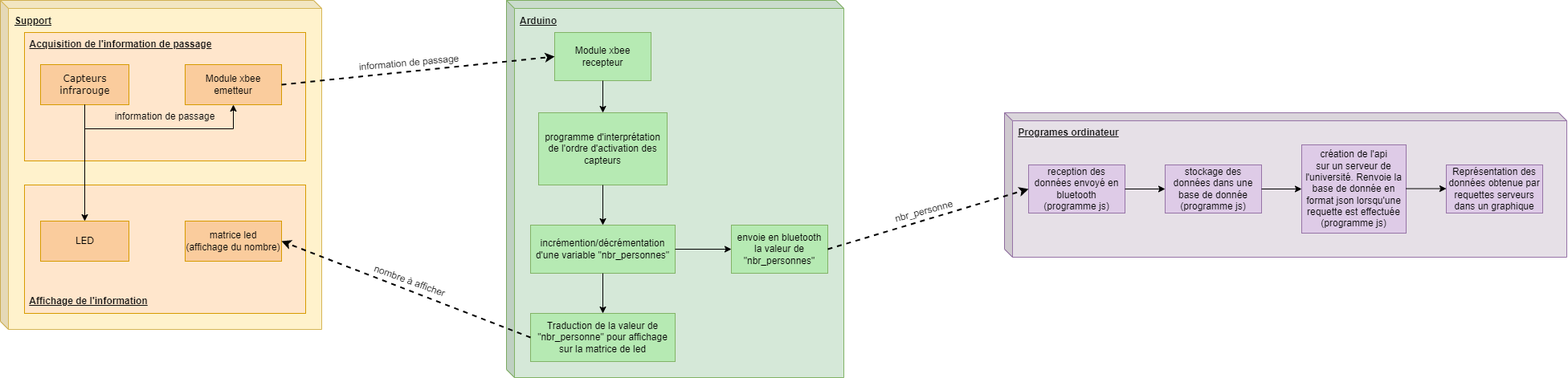
This is compte personnes.drawio.png from QuentinGrnr/compte_personne, a draw.io export, as it was before one commit. Source tidied: cells renumbered, new cells last; positions are measured from the earlier drawing's top-left corner, leaving out a move shared by most shapes.
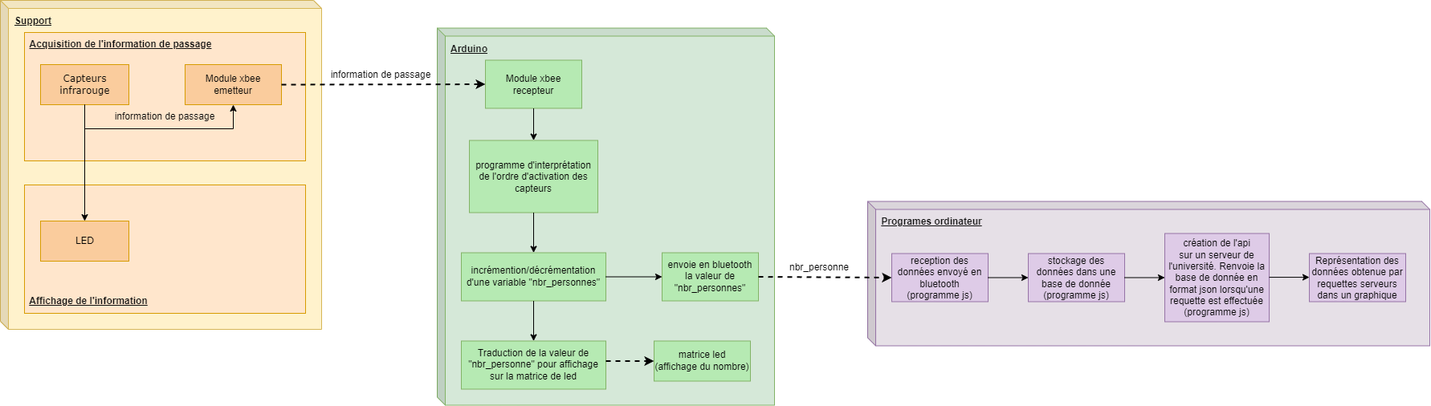
The same diagram one commit later.

The edit, as a diff of the source:
```diff
@@ -3,10 +3,10 @@
     <mxCell id="0" />
     <mxCell id="1" parent="0" />
     <mxCell id="2" style="shape=cube;whiteSpace=wrap;html=1;boundedLbl=1;backgroundOutline=1;darkOpacity=0.05;darkOpacity2=0.1;size=10;fillColor=#E6E0E7;strokeColor=#9673a6;" parent="1" vertex="1">
-      <mxGeometry x="1250" y="140" width="700" height="180" as="geometry" />
+      <mxGeometry x="1080" y="250.5" width="700" height="180" as="geometry" />
     </mxCell>
     <mxCell id="3" style="shape=cube;whiteSpace=wrap;html=1;boundedLbl=1;backgroundOutline=1;darkOpacity=0.05;darkOpacity2=0.1;size=10;fillColor=#D5E8D8;strokeColor=#82b366;" parent="1" vertex="1">
-      <mxGeometry x="630" width="420" height="470" as="geometry" />
+      <mxGeometry x="544" y="34.5" width="420" height="470" as="geometry" />
     </mxCell>
     <mxCell id="4" style="shape=cube;whiteSpace=wrap;html=1;boundedLbl=1;backgroundOutline=1;darkOpacity=0.05;darkOpacity2=0.1;size=10;fillColor=#fff2cc;strokeColor=#d6b656;" parent="1" vertex="1">
       <mxGeometry width="400" height="410" as="geometry" />
@@ -40,8 +40,8 @@
     <mxCell id="12" value="LED" style="html=1;rounded=0;shadow=0;comic=0;labelBackgroundColor=none;strokeWidth=1;fontFamily=Verdana;fontSize=12;align=center;fillColor=#facc9d;strokeColor=#d79b00;" parent="1" vertex="1">
       <mxGeometry x="50" y="275" width="110" height="50" as="geometry" />
     </mxCell>
-    <mxCell id="13" value="matrice led&lt;br&gt;(affichage du nombre)" style="rounded=0;whiteSpace=wrap;html=1;fillColor=#FACC9D;strokeColor=#d79b00;" parent="1" vertex="1">
-      <mxGeometry x="230" y="275" width="120" height="50" as="geometry" />
+    <mxCell id="13" value="matrice led&lt;br&gt;(affichage du nombre)" style="rounded=0;whiteSpace=wrap;html=1;fillColor=#b6eab3;strokeColor=#82b366;" parent="1" vertex="1">
+      <mxGeometry x="814" y="424.5" width="120" height="50" as="geometry" />
     </mxCell>
     <mxCell id="14" value="&lt;font color=&quot;#0f0f0f&quot;&gt;&lt;u&gt;&lt;b&gt;Affichage de l'information&lt;/b&gt;&lt;/u&gt;&lt;/font&gt;" style="text;strokeColor=none;align=center;fillColor=none;html=1;verticalAlign=middle;whiteSpace=wrap;rounded=0;" parent="1" vertex="1">
       <mxGeometry x="35" y="360" width="150" height="30" as="geometry" />
@@ -50,25 +50,25 @@
       <mxGeometry relative="1" as="geometry" />
     </mxCell>
     <mxCell id="16" value="programme d'interprétation&lt;br&gt;de l'ordre d'activation des capteurs" style="rounded=0;whiteSpace=wrap;html=1;fillColor=#B6EAB3;strokeColor=#82b366;" parent="1" vertex="1">
-      <mxGeometry x="670" y="140" width="160" height="90" as="geometry" />
+      <mxGeometry x="584" y="174.5" width="160" height="90" as="geometry" />
     </mxCell>
     <mxCell id="17" value="Module xbee&lt;br&gt;recepteur" style="rounded=0;whiteSpace=wrap;html=1;fillColor=#B6EAB3;strokeColor=#82b366;" parent="1" vertex="1">
-      <mxGeometry x="690" y="40" width="120" height="60" as="geometry" />
+      <mxGeometry x="604" y="74.5" width="120" height="60" as="geometry" />
     </mxCell>
     <mxCell id="18" value="incrémention/décrémentation&lt;br&gt;d'une variable &quot;nbr_personnes&quot;" style="rounded=0;whiteSpace=wrap;html=1;fillColor=#B6EAB3;strokeColor=#82b366;" parent="1" vertex="1">
-      <mxGeometry x="660" y="280" width="180" height="60" as="geometry" />
+      <mxGeometry x="574" y="314.5" width="180" height="60" as="geometry" />
     </mxCell>
     <mxCell id="19" value="Traduction de la valeur de &quot;nbr_personne&quot; pour affichage sur la matrice de led" style="rounded=0;whiteSpace=wrap;html=1;fillColor=#B6EAB3;strokeColor=#82b366;" parent="1" vertex="1">
-      <mxGeometry x="660" y="390" width="180" height="60" as="geometry" />
+      <mxGeometry x="574" y="424.5" width="180" height="60" as="geometry" />
     </mxCell>
     <mxCell id="20" value="envoie en bluetooth&lt;br&gt;la valeur de &quot;nbr_personnes&quot;" style="rounded=0;whiteSpace=wrap;html=1;fillColor=#B6EAB3;strokeColor=#82b366;" parent="1" vertex="1">
-      <mxGeometry x="910" y="280" width="120" height="60" as="geometry" />
+      <mxGeometry x="824" y="314.5" width="120" height="60" as="geometry" />
     </mxCell>
     <mxCell id="21" style="endArrow=classic;html=1;rounded=0;exitX=1;exitY=0.5;exitDx=0;exitDy=0;entryX=0;entryY=0.5;entryDx=0;entryDy=0;dashed=1;strokeWidth=2;" parent="1" edge="1" source="7" target="17">
       <mxGeometry relative="1" as="geometry" />
     </mxCell>
-    <mxCell id="22" value="information de passage" style="text;strokeColor=none;align=center;fillColor=none;html=1;verticalAlign=middle;whiteSpace=wrap;rounded=0;rotation=-5;" parent="1" vertex="1">
-      <mxGeometry x="439" y="65.5" width="140" height="25" as="geometry" />
+    <mxCell id="22" value="information de passage" style="text;strokeColor=none;align=center;fillColor=none;html=1;verticalAlign=middle;whiteSpace=wrap;rounded=0;rotation=0;" parent="1" vertex="1">
+      <mxGeometry x="404" y="80" width="140" height="25" as="geometry" />
     </mxCell>
     <mxCell id="23" style="endArrow=classic;html=1;rounded=0;exitX=0.5;exitY=1;exitDx=0;exitDy=0;" parent="1" edge="1" source="17" target="16">
       <mxGeometry relative="1" as="geometry" />
@@ -86,27 +86,24 @@
       <mxGeometry x="11" y="11" width="60" height="30" as="geometry" />
     </mxCell>
     <mxCell id="28" value="&lt;font color=&quot;#0f0f0f&quot;&gt;&lt;b&gt;&lt;u&gt;Arduino&lt;/u&gt;&lt;/b&gt;&lt;/font&gt;" style="text;strokeColor=none;align=center;fillColor=none;html=1;verticalAlign=middle;whiteSpace=wrap;rounded=0;" parent="1" vertex="1">
-      <mxGeometry x="640" y="11" width="60" height="30" as="geometry" />
+      <mxGeometry x="554" y="45.5" width="60" height="30" as="geometry" />
     </mxCell>
-    <mxCell id="29" style="endArrow=classic;html=1;rounded=0;exitX=0;exitY=0.5;exitDx=0;exitDy=0;dashed=1;strokeWidth=2;" parent="1" edge="1" source="19">
+    <mxCell id="29" style="endArrow=classic;html=1;rounded=0;dashed=1;strokeWidth=2;entryX=0;entryY=0.5;entryDx=0;entryDy=0;" parent="1" edge="1" target="13">
       <mxGeometry relative="1" as="geometry">
-        <mxPoint x="350" y="300" as="targetPoint" />
+        <mxPoint x="754" y="449.5" as="sourcePoint" />
       </mxGeometry>
     </mxCell>
-    <mxCell id="30" value="nombre à&amp;nbsp;afficher" style="text;strokeColor=none;align=center;fillColor=none;html=1;verticalAlign=middle;whiteSpace=wrap;rounded=0;rotation=20;" parent="1" vertex="1">
-      <mxGeometry x="440" y="337" width="140" height="25" as="geometry" />
-    </mxCell>
     <mxCell id="31" value="reception des données envoyé en&lt;br&gt;bluetooth&lt;br&gt;(programme js)" style="rounded=0;whiteSpace=wrap;html=1;fillColor=#DECBE7;strokeColor=#9673a6;" parent="1" vertex="1">
-      <mxGeometry x="1280" y="205" width="120" height="60" as="geometry" />
+      <mxGeometry x="1110" y="315.5" width="120" height="60" as="geometry" />
     </mxCell>
     <mxCell id="32" value="stockage des données dans une base de donnée&lt;br&gt;(programme js)" style="rounded=0;whiteSpace=wrap;html=1;fillColor=#DECBE7;strokeColor=#9673a6;" parent="1" vertex="1">
-      <mxGeometry x="1450" y="205" width="120" height="60" as="geometry" />
+      <mxGeometry x="1280" y="315.5" width="120" height="60" as="geometry" />
     </mxCell>
     <mxCell id="33" value="création de l'api&lt;br&gt;sur un serveur de&lt;br&gt;l'université. Renvoie la base de donnée en format json lorsqu'une requette est effectuée&lt;br&gt;(programme js)" style="rounded=0;whiteSpace=wrap;html=1;fillColor=#DECBE7;strokeColor=#9673a6;" parent="1" vertex="1">
-      <mxGeometry x="1620" y="180" width="130" height="110" as="geometry" />
+      <mxGeometry x="1450" y="290.5" width="130" height="110" as="geometry" />
     </mxCell>
     <mxCell id="34" value="Représentation des données obtenue par requettes serveurs dans un graphique" style="rounded=0;whiteSpace=wrap;html=1;fillColor=#DECBE7;strokeColor=#9673a6;" parent="1" vertex="1">
-      <mxGeometry x="1800" y="205" width="120" height="60" as="geometry" />
+      <mxGeometry x="1630" y="315.5" width="120" height="60" as="geometry" />
     </mxCell>
     <mxCell id="35" style="endArrow=classic;html=1;rounded=0;exitX=1;exitY=0.5;exitDx=0;exitDy=0;" parent="1" edge="1" source="31" target="32">
       <mxGeometry relative="1" as="geometry" />
@@ -116,20 +113,18 @@
     </mxCell>
     <mxCell id="37" style="endArrow=classic;html=1;rounded=0;exitX=1;exitY=0.5;exitDx=0;exitDy=0;" parent="1" edge="1">
       <mxGeometry relative="1" as="geometry">
-        <mxPoint x="1750" y="234.6" as="sourcePoint" />
-        <mxPoint x="1800" y="234.6" as="targetPoint" />
+        <mxPoint x="1580" y="345.1" as="sourcePoint" />
+        <mxPoint x="1630" y="345.1" as="targetPoint" />
       </mxGeometry>
     </mxCell>
-    <mxCell id="38" style="endArrow=classic;html=1;rounded=0;exitX=1;exitY=0.5;exitDx=0;exitDy=0;entryX=0;entryY=0.5;entryDx=0;entryDy=0;dashed=1;strokeWidth=2;" parent="1" edge="1" target="31">
-      <mxGeometry relative="1" as="geometry">
-        <mxPoint x="1030" y="310" as="sourcePoint" />
-      </mxGeometry>
+    <mxCell id="38" style="endArrow=classic;html=1;rounded=0;exitX=1;exitY=0.5;exitDx=0;exitDy=0;entryX=0;entryY=0.5;entryDx=0;entryDy=0;dashed=1;strokeWidth=2;" parent="1" edge="1" source="20" target="31">
+      <mxGeometry relative="1" as="geometry" />
     </mxCell>
-    <mxCell id="39" value="nbr_personne" style="text;strokeColor=none;align=center;fillColor=none;html=1;verticalAlign=middle;whiteSpace=wrap;rounded=0;rotation=-15;" parent="1" vertex="1">
-      <mxGeometry x="1080" y="250" width="140" height="25" as="geometry" />
+    <mxCell id="39" value="nbr_personne" style="text;strokeColor=none;align=center;fillColor=none;html=1;verticalAlign=middle;whiteSpace=wrap;rounded=0;rotation=0;" parent="1" vertex="1">
+      <mxGeometry x="950" y="320.5" width="140" height="25" as="geometry" />
     </mxCell>
     <mxCell id="40" value="&lt;font color=&quot;#0f0f0f&quot;&gt;&lt;b&gt;&lt;u&gt;Programes ordinateur&lt;/u&gt;&lt;/b&gt;&lt;/font&gt;" style="text;strokeColor=none;align=center;fillColor=none;html=1;verticalAlign=middle;whiteSpace=wrap;rounded=0;" parent="1" vertex="1">
-      <mxGeometry x="1260" y="150" width="140" height="30" as="geometry" />
+      <mxGeometry x="1090" y="260.5" width="140" height="30" as="geometry" />
     </mxCell>
   </root>
 </mxGraphModel>
```
